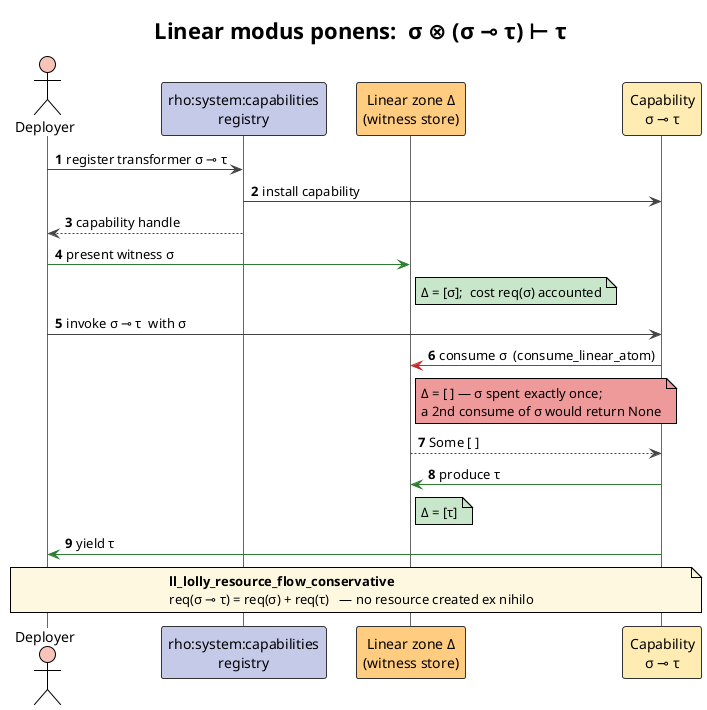
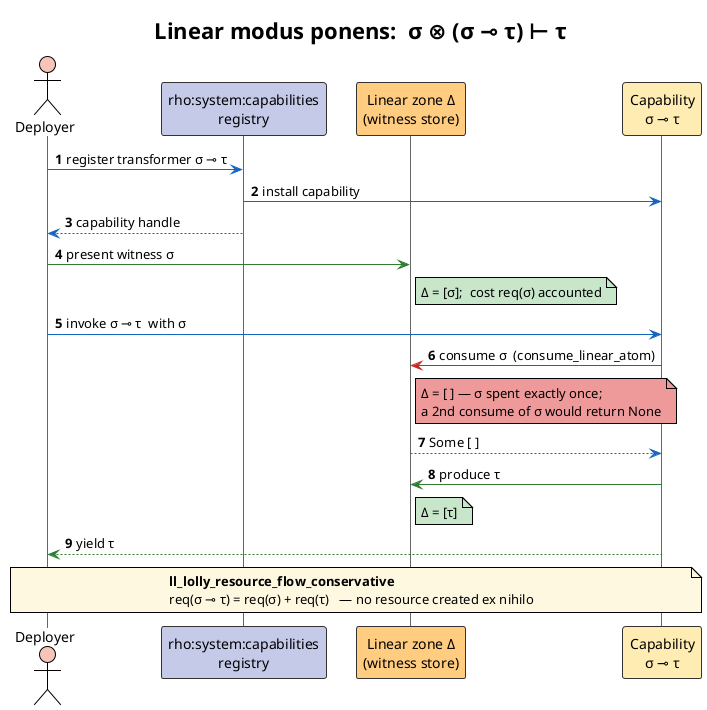
' Linear Modus Ponens — end-to-end: a σ ⊸ τ transformer is registered in the
' capability registry; the deployer presents witness σ into the linear zone; the
' capability CONSUMES σ exactly once (no double-spend) and PRODUCES τ; the cost is
' conserved (req(σ⊸τ) = req(σ)+req(τ)). Channel-level lemma:
' lolly_modus_ponens_channel_decomposition; reduction lives in RhoReduction.v.
'
' Source of truth for Figure 5 in docs/theory/cost-accounting-linear-logic.md.
' Palette:  Deployer=salmon #F8C3B8 · registry=indigo #C5CAE9 · Δ-zone=orange #FFCC80
'           capability=amber #FFECB3
- '   arrows: present/produce=green #2E7D32 · consume/spend=red #C62828
+ '   arrows: setup/control/ack=blue #1565C0 · witness flow (present/produce/yield)=green #2E7D32
+ '           consume/spend=red #C62828
'   notes:  Δ-gains=green #C8E6C9 · Δ-spent=red #EF9A9A · conservation=amber #FFF8E1
' Render:  plantuml -tsvg docs/theory/diagrams/lolly-modus-ponens-sequence.puml

@startuml lolly-modus-ponens-sequence
!theme plain
skinparam sequence {
  ArrowColor             #444444
  LifeLineBorderColor    #666666
  ParticipantBorderColor #333333
  NoteBorderColor        #666666
}
skinparam defaultFontName "sans-serif"
title Linear modus ponens:  σ ⊗ (σ ⊸ τ) ⊢ τ
autonumber

actor       "Deployer"                          as D     #F8C3B8
participant "rho:system:capabilities\nregistry"  as REG   #C5CAE9
participant "Linear zone Δ\n(witness store)"     as DELTA #FFCC80
participant "Capability\nσ ⊸ τ"                  as CAP   #FFECB3

- D   ->  REG  : register transformer σ ⊸ τ
- REG ->  CAP  : install capability
- REG --> D    : capability handle
+ D   -[#1565C0]>  REG : register transformer σ ⊸ τ
+ REG -[#1565C0]>  CAP : install capability
+ REG -[#1565C0]-> D   : capability handle

- D   -[#2E7D32]> DELTA : present witness σ
+ D   -[#2E7D32]>  DELTA : present witness σ
note right of DELTA #C8E6C9 : Δ = [σ];  cost req(σ) accounted
- D   ->  CAP  : invoke σ ⊸ τ  with σ
- CAP -[#C62828]> DELTA : consume σ  (consume_linear_atom)
+ D   -[#1565C0]>  CAP : invoke σ ⊸ τ  with σ
+ CAP -[#C62828]>  DELTA : consume σ  (consume_linear_atom)
note right of DELTA #EF9A9A
  Δ = [ ] — σ spent exactly once;
  a 2nd consume of σ would return None
end note
- DELTA --> CAP : Some [ ]
- CAP -[#2E7D32]> DELTA : produce τ
+ DELTA -[#1565C0]-> CAP : Some [ ]
+ CAP -[#2E7D32]>  DELTA : produce τ
note right of DELTA #C8E6C9 : Δ = [τ]
- CAP -[#2E7D32]> D : yield τ
+ CAP -[#2E7D32]-> D : yield τ

note over D, CAP #FFF8E1
  <b>ll_lolly_resource_flow_conservative</b>
  req(σ ⊸ τ) = req(σ) + req(τ)   — no resource created ex nihilo
end note
@enduml
